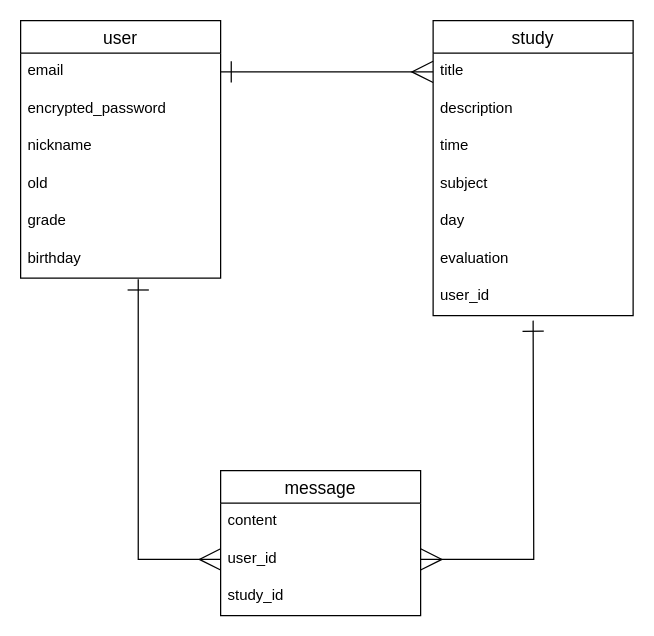
The draw.io diagram test.dio in Mikoto882/studyup-34334, before the edit. Source tidied: cells renumbered, new cells numbered last; positions are measured from the earlier drawing's top-left corner, leaving out a move shared by most shapes. Both pictures are drawn from the tidied source at 125%, with x=0, y=0 at pixel (20, 20).
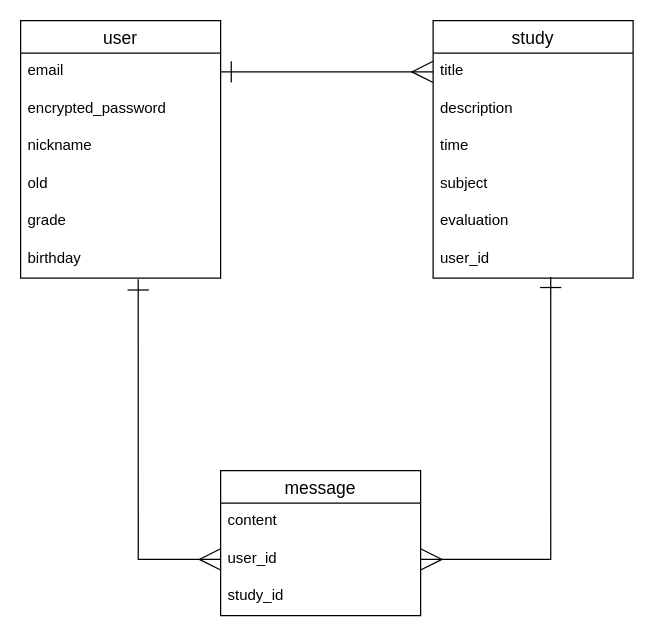
Above is the later version.

Unchanged cells that the change refers to:
```xml
<mxCell id="19" value="user_id" style="text;strokeColor=none;fillColor=none;spacingLeft=4;spacingRight=4;overflow=hidden;points=[[0,0.5],[1,0.5]];portConstraint=eastwest;fontSize=12;" parent="17" vertex="1">
  <mxGeometry y="56" width="160" height="30" as="geometry" />
</mxCell>
```

Diff of the diagram source:
```diff
@@
     <mxCell id="9" value="study" style="swimlane;fontStyle=0;horizontal=1;startSize=26;align=center;fontSize=14;" parent="1" vertex="1">
-      <mxGeometry x="330" width="160" height="236" as="geometry" />
+      <mxGeometry x="330" width="160" height="206" as="geometry" />
     </mxCell>
@@
-    <mxCell id="14" value="day" style="text;strokeColor=none;fillColor=none;spacingLeft=4;spacingRight=4;overflow=hidden;fontSize=12;" parent="9" vertex="1">
-      <mxGeometry y="146" width="160" height="30" as="geometry" />
-    </mxCell>
     <mxCell id="15" value="evaluation" style="text;strokeColor=none;fillColor=none;spacingLeft=4;spacingRight=4;overflow=hidden;fontSize=12;" parent="9" vertex="1">
-      <mxGeometry y="176" width="160" height="30" as="geometry" />
+      <mxGeometry y="146" width="160" height="30" as="geometry" />
     </mxCell>
     <mxCell id="16" value="user_id" style="text;strokeColor=none;fillColor=none;spacingLeft=4;spacingRight=4;overflow=hidden;points=[[0,0.5],[1,0.5]];portConstraint=eastwest;fontSize=12;" parent="9" vertex="1">
-      <mxGeometry y="206" width="160" height="30" as="geometry" />
+      <mxGeometry y="176" width="160" height="30" as="geometry" />
     </mxCell>
@@
-    <mxCell id="22" style="edgeStyle=orthogonalEdgeStyle;rounded=0;jettySize=auto;html=1;entryX=1;entryY=0.5;entryDx=0;entryDy=0;startArrow=ERone;startFill=0;endArrow=ERmany;endFill=0;startSize=15;endSize=15;" parent="1" edge="1" target="19">
-      <mxGeometry relative="1" as="geometry">
-        <mxPoint x="410" y="240" as="sourcePoint" />
-      </mxGeometry>
+    <mxCell id="22" style="edgeStyle=orthogonalEdgeStyle;rounded=0;jettySize=auto;html=1;entryX=1;entryY=0.5;entryDx=0;entryDy=0;startArrow=ERone;startFill=0;endArrow=ERmany;endFill=0;startSize=15;endSize=15;exitX=0.588;exitY=0.967;exitDx=0;exitDy=0;exitPerimeter=0;" parent="1" edge="1" source="16" target="19">
+      <mxGeometry relative="1" as="geometry" />
     </mxCell>
```
